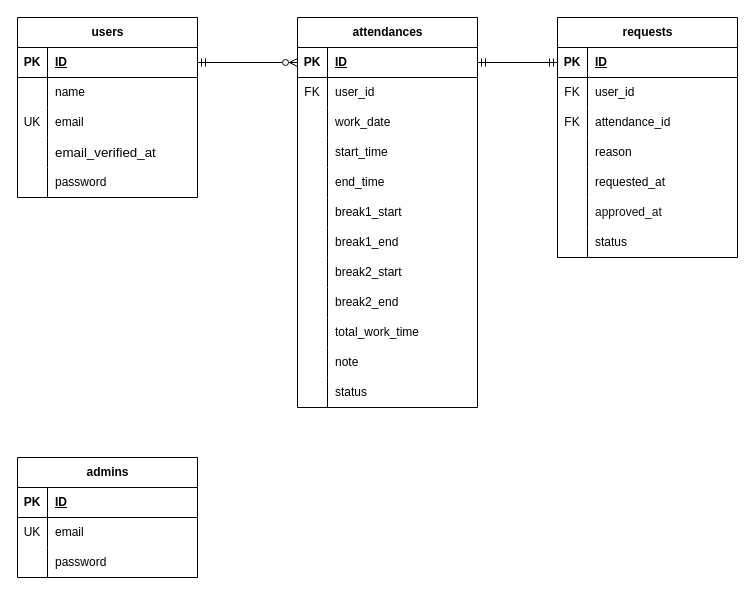
Earlier version of the draw.io diagram src/docs/er-diagram.drawio (YAMADAMASAYUKI516/mock-project2). Source tidied: cells renumbered, new cells numbered last; positions are measured from the earlier drawing's top-left corner, leaving out a move shared by most shapes. Both pictures are drawn from the tidied source at 100%, with x=0, y=0 at pixel (17, 17).
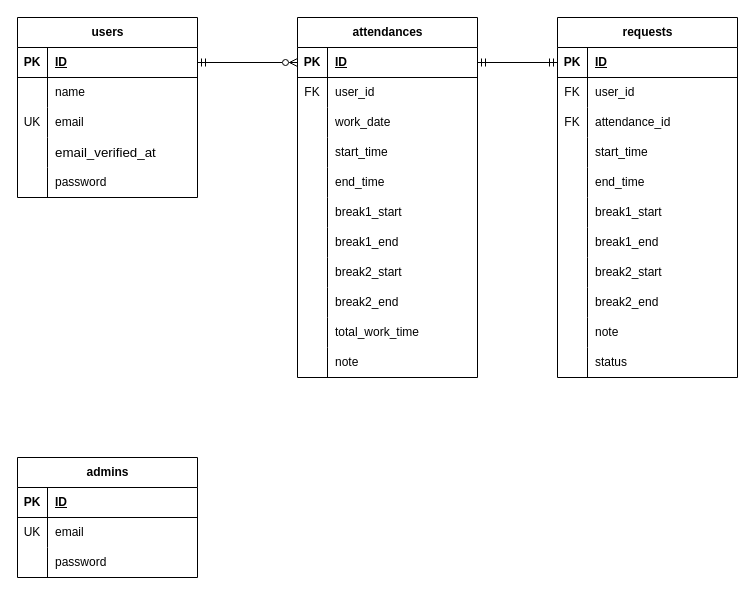
The same page after the edit.

The edit, as a diff of the source:
```diff
@@
     <mxCell id="19" value="attendances" style="shape=table;startSize=30;childLayout=tableLayout;rowLines=0;fontStyle=1;align=center;html=1;" parent="1" vertex="1">
-      <mxGeometry x="280" width="180" height="390" as="geometry" />
+      <mxGeometry x="280" width="180" height="360" as="geometry" />
     </mxCell>
@@
-    <mxCell id="53" style="shape=tableRow;horizontal=0;startSize=0;swimlaneHead=0;swimlaneBody=0;fillColor=none;top=0;left=0;right=0;bottom=0;" parent="19" vertex="1">
-      <mxGeometry y="360" width="180" height="30" as="geometry" />
-    </mxCell>
-    <mxCell id="54" style="shape=partialRectangle;fillColor=none;top=0;left=0;bottom=0;right=0;overflow=hidden;whiteSpace=wrap;html=1;" parent="53" vertex="1">
-      <mxGeometry width="30" height="30" as="geometry" />
-    </mxCell>
-    <mxCell id="55" value="status" style="shape=partialRectangle;fillColor=none;top=0;left=0;bottom=0;right=0;align=left;spacingLeft=6;overflow=hidden;whiteSpace=wrap;html=1;" parent="53" vertex="1">
-      <mxGeometry x="30" width="150" height="30" as="geometry" />
-    </mxCell>
-    <mxCell id="56" value="requests" style="shape=table;startSize=30;childLayout=tableLayout;rowLines=0;fontStyle=1;align=center;html=1;" parent="1" vertex="1">
-      <mxGeometry x="540" width="180" height="240" as="geometry" />
-    </mxCell>
-    <mxCell id="57" style="shape=tableRow;horizontal=0;startSize=0;swimlaneHead=0;swimlaneBody=0;fillColor=none;points=[[0,0.5],[1,0.5]];portConstraint=eastwest;top=0;left=0;right=0;bottom=1;" parent="56" vertex="1">
-      <mxGeometry y="30" width="180" height="30" as="geometry" />
-    </mxCell>
-    <mxCell id="58" value="PK" style="shape=partialRectangle;fillColor=none;top=0;left=0;bottom=0;right=0;fontStyle=1;overflow=hidden;whiteSpace=wrap;html=1;" parent="57" vertex="1">
-      <mxGeometry width="30" height="30" as="geometry" />
-    </mxCell>
-    <mxCell id="59" value="ID" style="shape=partialRectangle;fillColor=none;top=0;left=0;bottom=0;right=0;align=left;spacingLeft=6;fontStyle=5;overflow=hidden;whiteSpace=wrap;html=1;" parent="57" vertex="1">
-      <mxGeometry x="30" width="150" height="30" as="geometry" />
-    </mxCell>
-    <mxCell id="60" style="shape=tableRow;horizontal=0;startSize=0;swimlaneHead=0;swimlaneBody=0;fillColor=none;top=0;left=0;right=0;bottom=0;" parent="56" vertex="1">
-      <mxGeometry y="60" width="180" height="30" as="geometry" />
-    </mxCell>
-    <mxCell id="61" value="FK" style="shape=partialRectangle;fillColor=none;top=0;left=0;bottom=0;right=0;overflow=hidden;whiteSpace=wrap;html=1;" parent="60" vertex="1">
-      <mxGeometry width="30" height="30" as="geometry" />
-    </mxCell>
-    <mxCell id="62" value="user_id" style="shape=partialRectangle;fillColor=none;top=0;left=0;bottom=0;right=0;align=left;spacingLeft=6;overflow=hidden;whiteSpace=wrap;html=1;" parent="60" vertex="1">
-      <mxGeometry x="30" width="150" height="30" as="geometry" />
-    </mxCell>
-    <mxCell id="63" style="shape=tableRow;horizontal=0;startSize=0;swimlaneHead=0;swimlaneBody=0;fillColor=none;top=0;left=0;right=0;bottom=0;" parent="56" vertex="1">
-      <mxGeometry y="90" width="180" height="30" as="geometry" />
-    </mxCell>
-    <mxCell id="64" value="FK" style="shape=partialRectangle;fillColor=none;top=0;left=0;bottom=0;right=0;overflow=hidden;whiteSpace=wrap;html=1;" parent="63" vertex="1">
-      <mxGeometry width="30" height="30" as="geometry" />
-    </mxCell>
-    <mxCell id="65" value="attendance_id" style="shape=partialRectangle;fillColor=none;top=0;left=0;bottom=0;right=0;align=left;spacingLeft=6;overflow=hidden;whiteSpace=wrap;html=1;" parent="63" vertex="1">
-      <mxGeometry x="30" width="150" height="30" as="geometry" />
-    </mxCell>
-    <mxCell id="66" style="shape=tableRow;horizontal=0;startSize=0;swimlaneHead=0;swimlaneBody=0;fillColor=none;top=0;left=0;right=0;bottom=0;" parent="56" vertex="1">
-      <mxGeometry y="120" width="180" height="30" as="geometry" />
-    </mxCell>
-    <mxCell id="67" style="shape=partialRectangle;fillColor=none;top=0;left=0;bottom=0;right=0;overflow=hidden;whiteSpace=wrap;html=1;" parent="66" vertex="1">
-      <mxGeometry width="30" height="30" as="geometry" />
-    </mxCell>
-    <mxCell id="68" value="reason" style="shape=partialRectangle;fillColor=none;top=0;left=0;bottom=0;right=0;align=left;spacingLeft=6;overflow=hidden;whiteSpace=wrap;html=1;" parent="66" vertex="1">
-      <mxGeometry x="30" width="150" height="30" as="geometry" />
-    </mxCell>
-    <mxCell id="69" style="shape=tableRow;horizontal=0;startSize=0;swimlaneHead=0;swimlaneBody=0;fillColor=none;top=0;left=0;right=0;bottom=0;" parent="56" vertex="1">
-      <mxGeometry y="150" width="180" height="30" as="geometry" />
-    </mxCell>
-    <mxCell id="70" style="shape=partialRectangle;fillColor=none;top=0;left=0;bottom=0;right=0;overflow=hidden;whiteSpace=wrap;html=1;" parent="69" vertex="1">
-      <mxGeometry width="30" height="30" as="geometry" />
-    </mxCell>
-    <mxCell id="71" value="requested_at" style="shape=partialRectangle;fillColor=none;top=0;left=0;bottom=0;right=0;align=left;spacingLeft=6;overflow=hidden;whiteSpace=wrap;html=1;" parent="69" vertex="1">
-      <mxGeometry x="30" width="150" height="30" as="geometry" />
-    </mxCell>
-    <mxCell id="72" style="shape=tableRow;horizontal=0;startSize=0;swimlaneHead=0;swimlaneBody=0;fillColor=none;top=0;left=0;right=0;bottom=0;" parent="56" vertex="1">
-      <mxGeometry y="180" width="180" height="30" as="geometry" />
-    </mxCell>
-    <mxCell id="73" style="shape=partialRectangle;fillColor=none;top=0;left=0;bottom=0;right=0;overflow=hidden;whiteSpace=wrap;html=1;" parent="72" vertex="1">
-      <mxGeometry width="30" height="30" as="geometry" />
-    </mxCell>
-    <mxCell id="74" value="&lt;font color=&quot;#121212&quot;&gt;approved_at&lt;/font&gt;" style="shape=partialRectangle;fillColor=none;top=0;left=0;bottom=0;right=0;align=left;spacingLeft=6;overflow=hidden;whiteSpace=wrap;html=1;" parent="72" vertex="1">
-      <mxGeometry x="30" width="150" height="30" as="geometry" />
-    </mxCell>
-    <mxCell id="75" style="shape=tableRow;horizontal=0;startSize=0;swimlaneHead=0;swimlaneBody=0;fillColor=none;top=0;left=0;right=0;bottom=0;" parent="56" vertex="1">
-      <mxGeometry y="210" width="180" height="30" as="geometry" />
-    </mxCell>
-    <mxCell id="76" style="shape=partialRectangle;fillColor=none;top=0;left=0;bottom=0;right=0;overflow=hidden;whiteSpace=wrap;html=1;" parent="75" vertex="1">
-      <mxGeometry width="30" height="30" as="geometry" />
-    </mxCell>
-    <mxCell id="77" value="status" style="shape=partialRectangle;fillColor=none;top=0;left=0;bottom=0;right=0;align=left;spacingLeft=6;overflow=hidden;whiteSpace=wrap;html=1;" parent="75" vertex="1">
-      <mxGeometry x="30" width="150" height="30" as="geometry" />
-    </mxCell>
@@
+    <mxCell id="56" value="requests" style="shape=table;startSize=30;childLayout=tableLayout;rowLines=0;fontStyle=1;align=center;html=1;" parent="1" vertex="1">
+      <mxGeometry x="540" width="180" height="360" as="geometry" />
+    </mxCell>
+    <mxCell id="57" style="shape=tableRow;horizontal=0;startSize=0;swimlaneHead=0;swimlaneBody=0;fillColor=none;points=[[0,0.5],[1,0.5]];portConstraint=eastwest;top=0;left=0;right=0;bottom=1;" parent="56" vertex="1">
+      <mxGeometry y="30" width="180" height="30" as="geometry" />
+    </mxCell>
+    <mxCell id="58" value="PK" style="shape=partialRectangle;fillColor=none;top=0;left=0;bottom=0;right=0;fontStyle=1;overflow=hidden;whiteSpace=wrap;html=1;" parent="57" vertex="1">
+      <mxGeometry width="30" height="30" as="geometry" />
+    </mxCell>
+    <mxCell id="59" value="ID" style="shape=partialRectangle;fillColor=none;top=0;left=0;bottom=0;right=0;align=left;spacingLeft=6;fontStyle=5;overflow=hidden;whiteSpace=wrap;html=1;" parent="57" vertex="1">
+      <mxGeometry x="30" width="150" height="30" as="geometry" />
+    </mxCell>
+    <mxCell id="60" style="shape=tableRow;horizontal=0;startSize=0;swimlaneHead=0;swimlaneBody=0;fillColor=none;top=0;left=0;right=0;bottom=0;" parent="56" vertex="1">
+      <mxGeometry y="60" width="180" height="30" as="geometry" />
+    </mxCell>
+    <mxCell id="89" value="FK" style="shape=partialRectangle;fillColor=none;top=0;left=0;bottom=0;right=0;overflow=hidden;whiteSpace=wrap;html=1;" parent="60" vertex="1">
+      <mxGeometry width="30" height="30" as="geometry" />
+    </mxCell>
+    <mxCell id="62" value="user_id" style="shape=partialRectangle;fillColor=none;top=0;left=0;bottom=0;right=0;align=left;spacingLeft=6;overflow=hidden;whiteSpace=wrap;html=1;" parent="60" vertex="1">
+      <mxGeometry x="30" width="150" height="30" as="geometry" />
+    </mxCell>
+    <mxCell id="63" style="shape=tableRow;horizontal=0;startSize=0;swimlaneHead=0;swimlaneBody=0;fillColor=none;top=0;left=0;right=0;bottom=0;" parent="56" vertex="1">
+      <mxGeometry y="90" width="180" height="30" as="geometry" />
+    </mxCell>
+    <mxCell id="90" value="FK" style="shape=partialRectangle;fillColor=none;top=0;left=0;bottom=0;right=0;overflow=hidden;whiteSpace=wrap;html=1;" parent="63" vertex="1">
+      <mxGeometry width="30" height="30" as="geometry" />
+    </mxCell>
+    <mxCell id="65" value="attendance_id" style="shape=partialRectangle;fillColor=none;top=0;left=0;bottom=0;right=0;align=left;spacingLeft=6;overflow=hidden;whiteSpace=wrap;html=1;" parent="63" vertex="1">
+      <mxGeometry x="30" width="150" height="30" as="geometry" />
+    </mxCell>
+    <mxCell id="66" style="shape=tableRow;horizontal=0;startSize=0;swimlaneHead=0;swimlaneBody=0;fillColor=none;top=0;left=0;right=0;bottom=0;" parent="56" vertex="1">
+      <mxGeometry y="120" width="180" height="30" as="geometry" />
+    </mxCell>
+    <mxCell id="91" style="shape=partialRectangle;fillColor=none;top=0;left=0;bottom=0;right=0;overflow=hidden;whiteSpace=wrap;html=1;" parent="66" vertex="1">
+      <mxGeometry width="30" height="30" as="geometry" />
+    </mxCell>
+    <mxCell id="92" value="start_time" style="shape=partialRectangle;fillColor=none;top=0;left=0;bottom=0;right=0;align=left;spacingLeft=6;overflow=hidden;whiteSpace=wrap;html=1;" parent="66" vertex="1">
+      <mxGeometry x="30" width="150" height="30" as="geometry" />
+    </mxCell>
+    <mxCell id="69" style="shape=tableRow;horizontal=0;startSize=0;swimlaneHead=0;swimlaneBody=0;fillColor=none;top=0;left=0;right=0;bottom=0;" parent="56" vertex="1">
+      <mxGeometry y="150" width="180" height="30" as="geometry" />
+    </mxCell>
+    <mxCell id="93" style="shape=partialRectangle;fillColor=none;top=0;left=0;bottom=0;right=0;overflow=hidden;whiteSpace=wrap;html=1;" parent="69" vertex="1">
+      <mxGeometry width="30" height="30" as="geometry" />
+    </mxCell>
+    <mxCell id="94" value="end_time" style="shape=partialRectangle;fillColor=none;top=0;left=0;bottom=0;right=0;align=left;spacingLeft=6;overflow=hidden;whiteSpace=wrap;html=1;" parent="69" vertex="1">
+      <mxGeometry x="30" width="150" height="30" as="geometry" />
+    </mxCell>
+    <mxCell id="72" style="shape=tableRow;horizontal=0;startSize=0;swimlaneHead=0;swimlaneBody=0;fillColor=none;top=0;left=0;right=0;bottom=0;" parent="56" vertex="1">
+      <mxGeometry y="180" width="180" height="30" as="geometry" />
+    </mxCell>
+    <mxCell id="95" style="shape=partialRectangle;fillColor=none;top=0;left=0;bottom=0;right=0;overflow=hidden;whiteSpace=wrap;html=1;" parent="72" vertex="1">
+      <mxGeometry width="30" height="30" as="geometry" />
+    </mxCell>
+    <mxCell id="96" value="break1_start" style="shape=partialRectangle;fillColor=none;top=0;left=0;bottom=0;right=0;align=left;spacingLeft=6;overflow=hidden;whiteSpace=wrap;html=1;" parent="72" vertex="1">
+      <mxGeometry x="30" width="150" height="30" as="geometry" />
+    </mxCell>
+    <mxCell id="75" style="shape=tableRow;horizontal=0;startSize=0;swimlaneHead=0;swimlaneBody=0;fillColor=none;top=0;left=0;right=0;bottom=0;" parent="56" vertex="1">
+      <mxGeometry y="210" width="180" height="30" as="geometry" />
+    </mxCell>
+    <mxCell id="97" style="shape=partialRectangle;fillColor=none;top=0;left=0;bottom=0;right=0;overflow=hidden;whiteSpace=wrap;html=1;" parent="75" vertex="1">
+      <mxGeometry width="30" height="30" as="geometry" />
+    </mxCell>
+    <mxCell id="98" value="break1_end" style="shape=partialRectangle;fillColor=none;top=0;left=0;bottom=0;right=0;align=left;spacingLeft=6;overflow=hidden;whiteSpace=wrap;html=1;" parent="75" vertex="1">
+      <mxGeometry x="30" width="150" height="30" as="geometry" />
+    </mxCell>
+    <mxCell id="99" style="shape=tableRow;horizontal=0;startSize=0;swimlaneHead=0;swimlaneBody=0;fillColor=none;top=0;left=0;right=0;bottom=0;" parent="56" vertex="1">
+      <mxGeometry y="240" width="180" height="30" as="geometry" />
+    </mxCell>
+    <mxCell id="100" style="shape=partialRectangle;fillColor=none;top=0;left=0;bottom=0;right=0;overflow=hidden;whiteSpace=wrap;html=1;" parent="99" vertex="1">
+      <mxGeometry width="30" height="30" as="geometry" />
+    </mxCell>
+    <mxCell id="101" value="break2_start" style="shape=partialRectangle;fillColor=none;top=0;left=0;bottom=0;right=0;align=left;spacingLeft=6;overflow=hidden;whiteSpace=wrap;html=1;" parent="99" vertex="1">
+      <mxGeometry x="30" width="150" height="30" as="geometry" />
+    </mxCell>
+    <mxCell id="102" style="shape=tableRow;horizontal=0;startSize=0;swimlaneHead=0;swimlaneBody=0;fillColor=none;top=0;left=0;right=0;bottom=0;" parent="56" vertex="1">
+      <mxGeometry y="270" width="180" height="30" as="geometry" />
+    </mxCell>
+    <mxCell id="103" style="shape=partialRectangle;fillColor=none;top=0;left=0;bottom=0;right=0;overflow=hidden;whiteSpace=wrap;html=1;" parent="102" vertex="1">
+      <mxGeometry width="30" height="30" as="geometry" />
+    </mxCell>
+    <mxCell id="104" value="break2_end" style="shape=partialRectangle;fillColor=none;top=0;left=0;bottom=0;right=0;align=left;spacingLeft=6;overflow=hidden;whiteSpace=wrap;html=1;" parent="102" vertex="1">
+      <mxGeometry x="30" width="150" height="30" as="geometry" />
+    </mxCell>
+    <mxCell id="105" style="shape=tableRow;horizontal=0;startSize=0;swimlaneHead=0;swimlaneBody=0;fillColor=none;top=0;left=0;right=0;bottom=0;" parent="56" vertex="1">
+      <mxGeometry y="300" width="180" height="30" as="geometry" />
+    </mxCell>
+    <mxCell id="106" style="shape=partialRectangle;fillColor=none;top=0;left=0;bottom=0;right=0;overflow=hidden;whiteSpace=wrap;html=1;" parent="105" vertex="1">
+      <mxGeometry width="30" height="30" as="geometry" />
+    </mxCell>
+    <mxCell id="107" value="note" style="shape=partialRectangle;fillColor=none;top=0;left=0;bottom=0;right=0;align=left;spacingLeft=6;overflow=hidden;whiteSpace=wrap;html=1;" parent="105" vertex="1">
+      <mxGeometry x="30" width="150" height="30" as="geometry" />
+    </mxCell>
+    <mxCell id="108" style="shape=tableRow;horizontal=0;startSize=0;swimlaneHead=0;swimlaneBody=0;fillColor=none;top=0;left=0;right=0;bottom=0;" parent="56" vertex="1">
+      <mxGeometry y="330" width="180" height="30" as="geometry" />
+    </mxCell>
+    <mxCell id="109" style="shape=partialRectangle;fillColor=none;top=0;left=0;bottom=0;right=0;overflow=hidden;whiteSpace=wrap;html=1;" parent="108" vertex="1">
+      <mxGeometry width="30" height="30" as="geometry" />
+    </mxCell>
+    <mxCell id="110" value="status" style="shape=partialRectangle;fillColor=none;top=0;left=0;bottom=0;right=0;align=left;spacingLeft=6;overflow=hidden;whiteSpace=wrap;html=1;" parent="108" vertex="1">
+      <mxGeometry x="30" width="150" height="30" as="geometry" />
+    </mxCell>
```
